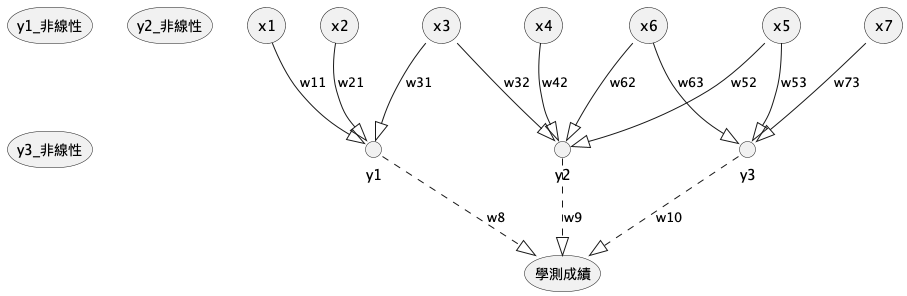
The PlantUML diagram images/exam-network4p.png in letranger/AI, before a commit.
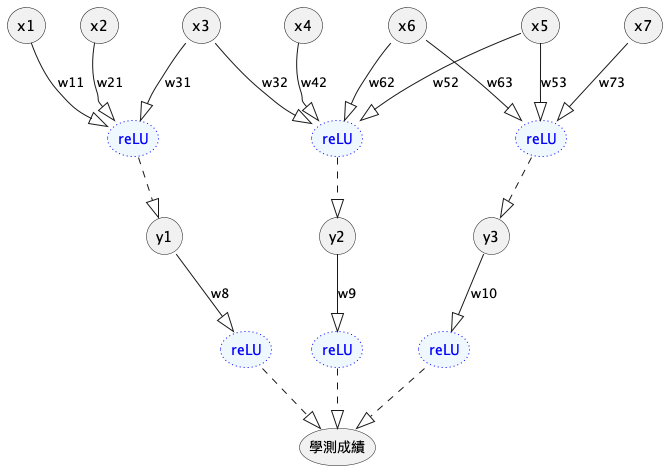
Later version of the same file.

Diff of the diagram source:
```diff
@@ -7,20 +7,37 @@
 storage x5
 storage x6
 storage x7
-storage y1_非線性
-storage y2_非線性
-storage y3_非線性
-x1 --|> y1 : w11
-x2 --|> y1 : w21
-x3 --|> y1 : w31
-x3 --|> y2 : w32
-x4 --|> y2 : w42
-x5 --|> y2 : w52
-x5 --|> y3 : w53
-x6 --|> y2 : w62
-x6 --|> y3 : w63
-x7 --|> y3 : w73
-y1 -[dashed]-|> 學測成績 : w8
-y2 -[dashed]-|> 學測成績 : w9
-y3 -[dashed]-|> 學測成績 : w10
+storage reLU1 as "reLU" #aliceblue;line:blue;line.dotted;text:blue
+storage reLU2 as "reLU" #aliceblue;line:blue;line.dotted;text:blue
+storage reLU3 as "reLU" #aliceblue;line:blue;line.dotted;text:blue
+
+storage y1
+storage y2
+storage y3
+storage reLU4 as "reLU" #aliceblue;line:blue;line.dotted;text:blue
+storage reLU5 as "reLU" #aliceblue;line:blue;line.dotted;text:blue
+storage reLU6 as "reLU" #aliceblue;line:blue;line.dotted;text:blue
+reLU1 -[dashed]-|> y1
+reLU2 -[dashed]-|> y2
+reLU3 -[dashed]-|> y3
+
+x1 --|> reLU1 : w11
+x2 --|> reLU1 : w21
+x3 --|> reLU1 : w31
+x3 --|> reLU2 : w32
+x4 --|> reLU2 : w42
+x5 --|> reLU2 : w52
+x5 --|> reLU3 : w53
+x6 --|> reLU2 : w62
+x6 --|> reLU3 : w63
+x7 --|> reLU3 : w73
+
+y1 --|> reLU4 : w8
+y2 --|> reLU5 : w9
+y3 --|> reLU6 : w10
+
+reLU4 -[dashed]-|> 學測成績
+reLU5 -[dashed]-|> 學測成績
+reLU6 -[dashed]-|> 學測成績
+
 @enduml
```
